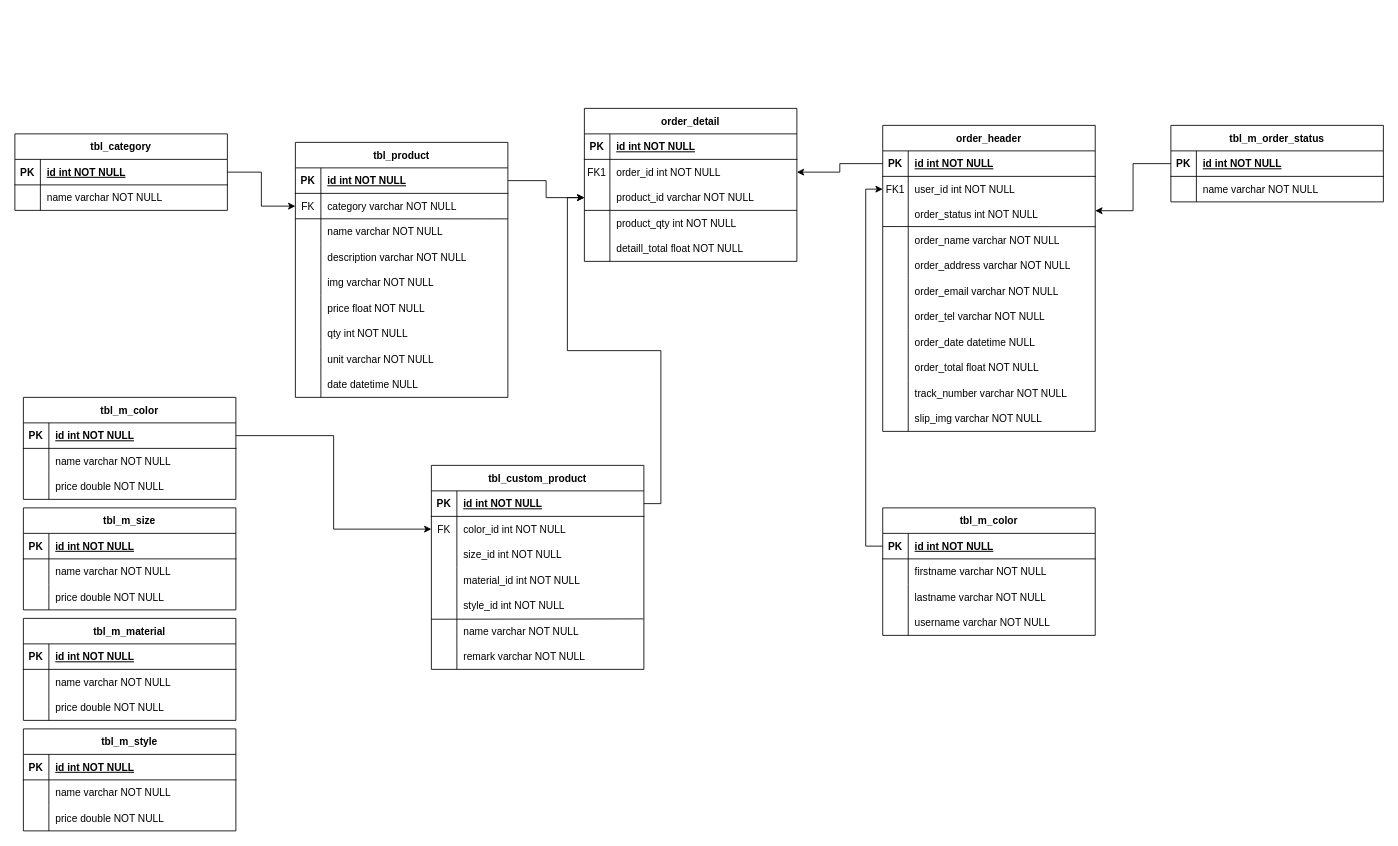
Above: dist/Untitled Diagram.drawio in iitodoii/sanruk (draw.io), before the change. Source tidied: cells renumbered, new cells numbered last; positions are measured from the earlier drawing's top-left corner, leaving out a move shared by most shapes. Both pictures are drawn from the tidied source at 85%, with x=0, y=0 at pixel (14, 108).
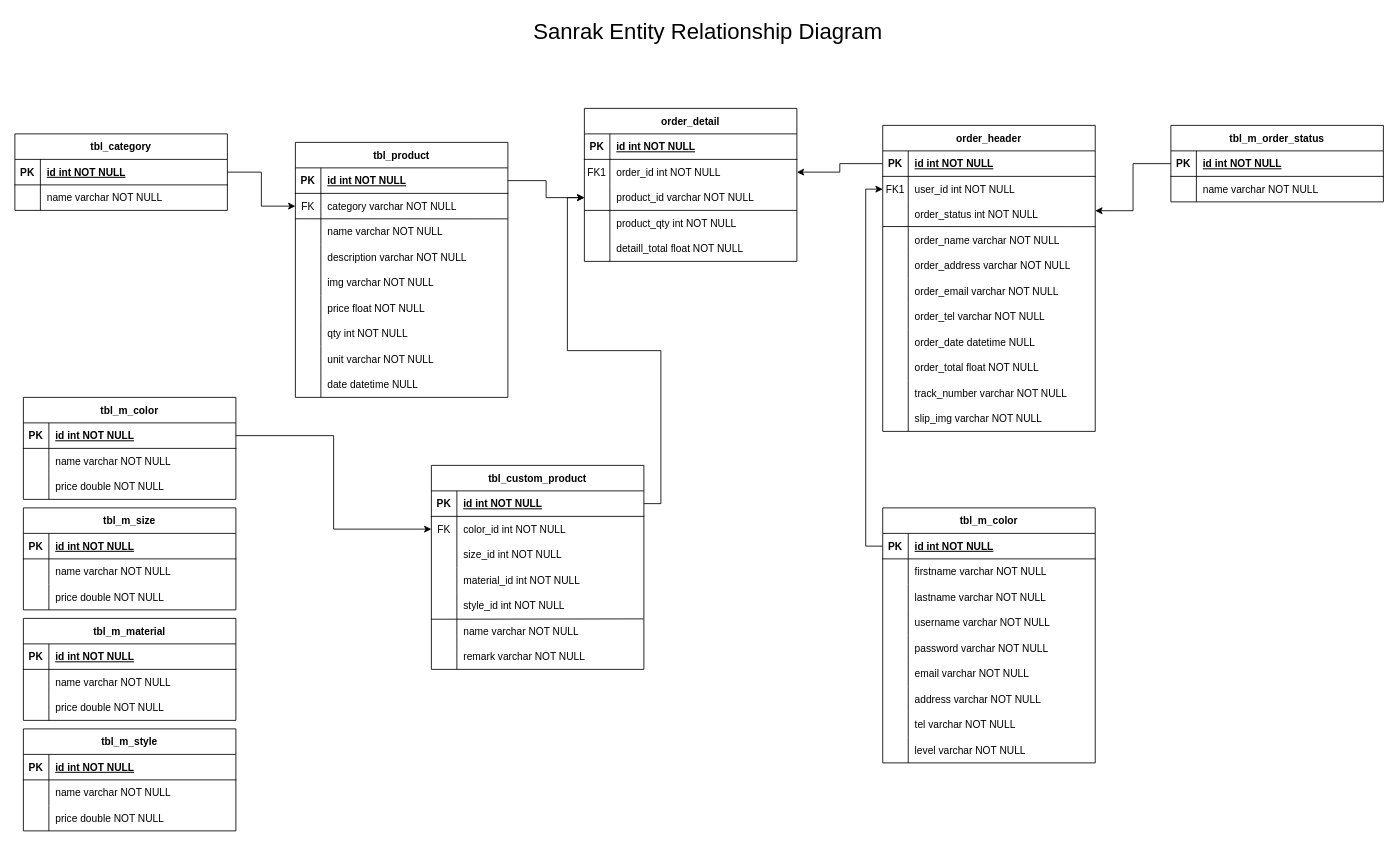
Above is the later version.

Change to the diagram source:
```diff
@@
     <mxCell id="166" value="tbl_m_color" style="shape=table;startSize=30;childLayout=tableLayout;rowLines=0;fontStyle=1;align=center;" parent="1" vertex="1">
-      <mxGeometry x="1021" y="470" width="250" height="150" as="geometry" />
+      <mxGeometry x="1021" y="470" width="250" height="300" as="geometry" />
     </mxCell>
@@
+    <mxCell id="180" style="shape=partialRectangle;fillColor=none;top=0;left=0;right=0;bottom=0;" parent="166" vertex="1">
+      <mxGeometry y="150" width="250" height="30" as="geometry" />
+    </mxCell>
+    <mxCell id="181" style="shape=partialRectangle;overflow=hidden;fillColor=none;top=0;left=0;bottom=0;right=0;" parent="180" vertex="1">
+      <mxGeometry width="30" height="30" as="geometry" />
+    </mxCell>
+    <mxCell id="182" value="password varchar NOT NULL" style="shape=partialRectangle;overflow=hidden;fillColor=none;top=0;left=0;bottom=0;right=0;align=left;spacingLeft=6;" parent="180" vertex="1">
+      <mxGeometry x="30" width="220" height="30" as="geometry" />
+    </mxCell>
+    <mxCell id="183" style="shape=partialRectangle;fillColor=none;top=0;left=0;right=0;bottom=0;" parent="166" vertex="1">
+      <mxGeometry y="180" width="250" height="30" as="geometry" />
+    </mxCell>
+    <mxCell id="184" style="shape=partialRectangle;overflow=hidden;fillColor=none;top=0;left=0;bottom=0;right=0;" parent="183" vertex="1">
+      <mxGeometry width="30" height="30" as="geometry" />
+    </mxCell>
+    <mxCell id="185" value="email varchar NOT NULL" style="shape=partialRectangle;overflow=hidden;fillColor=none;top=0;left=0;bottom=0;right=0;align=left;spacingLeft=6;" parent="183" vertex="1">
+      <mxGeometry x="30" width="220" height="30" as="geometry" />
+    </mxCell>
+    <mxCell id="186" style="shape=partialRectangle;fillColor=none;top=0;left=0;right=0;bottom=0;" parent="166" vertex="1">
+      <mxGeometry y="210" width="250" height="30" as="geometry" />
+    </mxCell>
+    <mxCell id="187" style="shape=partialRectangle;overflow=hidden;fillColor=none;top=0;left=0;bottom=0;right=0;" parent="186" vertex="1">
+      <mxGeometry width="30" height="30" as="geometry" />
+    </mxCell>
+    <mxCell id="188" value="address varchar NOT NULL" style="shape=partialRectangle;overflow=hidden;fillColor=none;top=0;left=0;bottom=0;right=0;align=left;spacingLeft=6;" parent="186" vertex="1">
+      <mxGeometry x="30" width="220" height="30" as="geometry" />
+    </mxCell>
+    <mxCell id="189" style="shape=partialRectangle;fillColor=none;top=0;left=0;right=0;bottom=0;" parent="166" vertex="1">
+      <mxGeometry y="240" width="250" height="30" as="geometry" />
+    </mxCell>
+    <mxCell id="190" style="shape=partialRectangle;overflow=hidden;fillColor=none;top=0;left=0;bottom=0;right=0;" parent="189" vertex="1">
+      <mxGeometry width="30" height="30" as="geometry" />
+    </mxCell>
+    <mxCell id="191" value="tel varchar NOT NULL" style="shape=partialRectangle;overflow=hidden;fillColor=none;top=0;left=0;bottom=0;right=0;align=left;spacingLeft=6;" parent="189" vertex="1">
+      <mxGeometry x="30" width="220" height="30" as="geometry" />
+    </mxCell>
+    <mxCell id="192" style="shape=partialRectangle;fillColor=none;top=0;left=0;right=0;bottom=0;" parent="166" vertex="1">
+      <mxGeometry y="270" width="250" height="30" as="geometry" />
+    </mxCell>
+    <mxCell id="193" style="shape=partialRectangle;overflow=hidden;fillColor=none;top=0;left=0;bottom=0;right=0;" parent="192" vertex="1">
+      <mxGeometry width="30" height="30" as="geometry" />
+    </mxCell>
+    <mxCell id="194" value="level varchar NOT NULL" style="shape=partialRectangle;overflow=hidden;fillColor=none;top=0;left=0;bottom=0;right=0;align=left;spacingLeft=6;" parent="192" vertex="1">
+      <mxGeometry x="30" width="220" height="30" as="geometry" />
+    </mxCell>
@@
+    <mxCell id="195" value="Sanrak Entity Relationship Diagram" style="text;html=1;align=center;verticalAlign=middle;strokeColor=none;fillColor=none;fontSize=26;" parent="1" vertex="1">
+      <mxGeometry x="600" y="-110" width="430" height="40" as="geometry" />
+    </mxCell>
```
